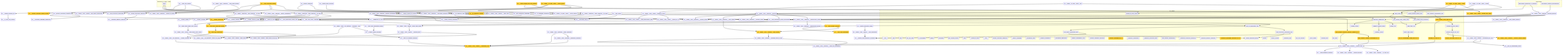
The Mermaid diagram project/flow.png in semcod/redup, before a commit. Its source is kept beside it as project/flow.mmd.
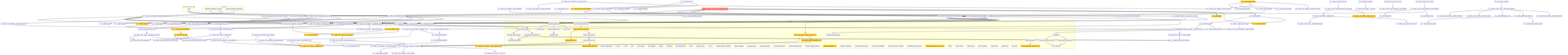
After the commit.

The edit, as a diff of the source:
```diff
@@ -68,12 +68,12 @@
         src___process_sources_batch["_process_sources_batch"]
         src__scan_project_incremental_fast["scan_project_incremental_fast"]
     end
+    benchmark__benchmark_sequential_vs_parallel --> src__redup__core__pipeline__analyze
+    benchmark__benchmark_sequential_vs_parallel --> src__redup__core__pipeline__analyze_parallel
+    benchmark__benchmark_feature_performance --> src__redup__core__pipeline__analyze_parallel
     examples__01_basic_usage__main --> src__redup__core__pipeline__analyze
     examples__01_basic_usage__main --> src__redup__reporters__toon_reporter__to_toon
     examples__01_basic_usage__main --> src__redup__reporters__json_reporter__to_json
-    benchmark__benchmark_sequential_vs_parallel --> src__redup__core__pipeline__analyze
-    benchmark__benchmark_sequential_vs_parallel --> src__redup__core__pipeline__analyze_parallel
-    benchmark__benchmark_feature_performance --> src__redup__core__pipeline__analyze_parallel
     src___get_config_from_pyproject --> src__redup__core__config___load_toml_file
     src___get_config_from_redup_toml --> src__redup__core__config___load_toml_file
     src__redup__core__config__load_config --> src___get_config_from_redup_toml
@@ -99,26 +99,12 @@
     src___extract_blocks_for_file --> src__extract_functions_fast
     src___process_sources_batch --> src___extract_blocks_for_file
     src__scan_project_incremental_fast --> src__scan_project_ultra_fast
-    src__redup__core__scanner___collect_files --> src___load_gitignore_patterns
-    src__redup__core__scanner___collect_files --> src__redup__core__scanner___should_exclude
-    src__redup__core__scanner___collect_files --> src__redup__core__scanner___is_test_file
-    src__redup__core__scanner___preload_files_to_ram --> src__redup__core__scanner___collect_files
-    src__redup__core__scanner___preload_files_to_ram --> src__redup__core__scanner___read_file_optimized
-    src__redup__core__scanner__scan_project --> src__redup__core__scanner___preload_files_to_ram
     src___scan_file_worker --> src___should_process_file
     src___scan_file_worker --> src___extract_function_blocks_python
     src___scan_file_worker --> src__extract_functions_treesitter
     src___should_process_file --> src___is_test_file_cached
     src__scan_project_parallel --> src___find_files_optimized
     src__scan_project_parallel --> src__redup__core__scanner__scan_project
-    src__redup__core__lsh_matcher___create_minhash --> src__redup__core__hasher___normalize_text
-    src___text_to_minhash_features --> src__redup__core__hasher___normalize_text
-    src___create_simple_minhash --> src___text_to_minhash_features
-    src__redup__core__lsh_matcher__LSHIndex__add --> src__redup__core__lsh_matcher___create_minhash
-    src__redup__core__lsh_matcher__LSHIndex__add --> src___create_simple_minhash
-    src__find_near_duplicates --> src__redup__core__lsh_matcher___create_minhash
-    src___find_near_duplicates_simple --> src___create_simple_minhash
-    src__find_near_duplicates --> src__redup__core__lsh_matcher__build_lsh_index
     src__redup__core__matcher__sequence_similarity --> src__redup__core__hasher___normalize_text
     src__redup__core__matcher__fuzzy_similarity --> src__redup__core__hasher___normalize_text
     src__redup__core__matcher__fuzzy_similarity --> src__redup__core__matcher__sequence_similarity
@@ -161,9 +147,14 @@
     src__redup__core__pipeline__analyze_parallel --> src___find_duplicates_phase_optimized
     src__redup__core__pipeline__analyze_parallel --> src__redup__core__pipeline___deduplicate_phase
     src__redup__core__pipeline__analyze_parallel --> src__redup__core__planner__generate_suggestions
-    src__redup__core__cache__hash_block_with_cache --> src__redup__core__hasher__hash_block
-    src__redup__core__cache__hash_block_with_cache --> src__redup__core__hasher__hash_block_structural
-    src__build_hash_index_with_cache --> src__redup__core__cache__hash_block_with_cache
+    src__redup__core__lsh_matcher___create_minhash --> src__redup__core__hasher___normalize_text
+    src___text_to_minhash_features --> src__redup__core__hasher___normalize_text
+    src___create_simple_minhash --> src___text_to_minhash_features
+    src__redup__core__lsh_matcher__LSHIndex__add --> src__redup__core__lsh_matcher___create_minhash
+    src__redup__core__lsh_matcher__LSHIndex__add --> src___create_simple_minhash
+    src__find_near_duplicates --> src__redup__core__lsh_matcher___create_minhash
+    src___find_near_duplicates_simple --> src___create_simple_minhash
+    src__find_near_duplicates --> src__redup__core__lsh_matcher__build_lsh_index
     src__extract_functions_treesitter --> src___get_tree_sitter_language
     src__extract_functions_treesitter --> src___initialize_language_dispatcher
     src__get_supported_languages --> src___get_tree_sitter_language
@@ -174,12 +165,13 @@
     src__redup__core__hasher___hashed_block --> src__redup__core__hasher__hash_block_structural
     src__redup__core__hasher__build_hash_index --> src__redup__core__hasher___hashed_block
     src__redup__core__hasher___find_duplicates --> src___blocks_from_different_locations
+    src__redup__core__cache__hash_block_with_cache --> src__redup__core__hasher__hash_block
+    src__redup__core__cache__hash_block_with_cache --> src__redup__core__hasher__hash_block_structural
+    src__build_hash_index_with_cache --> src__redup__core__cache__hash_block_with_cache
+    src__redup__core__differ__compare_scans --> src__redup__core__differ___load_duplication_map
+    src__redup__core__differ__compare_scans --> src__redup__core__differ___group_by_id
     src__redup__reporters__json_reporter__to_json --> src___group_to_dict
     src__redup__reporters__json_reporter__to_json --> src___suggestion_to_dict
-    src__redup__core__differ__compare_scans --> src__redup__core__differ___load_duplication_map
-    src__redup__core__differ__compare_scans --> src__redup__core__differ___group_by_id
-    src__redup__reporters__yaml_reporter__to_yaml --> src___group_to_dict
-    src__redup__reporters__yaml_reporter__to_yaml --> src___suggestion_to_dict
     src___get_layers --> src___calculate_avg_cc
     src__to_code2llm_toon --> src___calculate_avg_cc
     src__to_code2llm_toon --> src___count_critical_functions
@@ -190,23 +182,44 @@
     src__redup__reporters__toon_reporter__to_toon --> src___render_duplicates
     src__redup__reporters__toon_reporter__to_toon --> src___render_refactor
     src__redup__reporters__toon_reporter__to_toon --> src___render_metrics_target
+    src__redup__reporters__yaml_reporter__to_yaml --> src___group_to_dict
+    src__redup__reporters__yaml_reporter__to_yaml --> src___suggestion_to_dict
+    src__redup__cli_app__output_writer__write_results --> src__redup__reporters__json_reporter__to_json
+    src__redup__cli_app__output_writer__write_results --> src__redup__cli_app__output_writer__write_output
+    src__redup__cli_app__output_writer__write_results --> src__redup__reporters__yaml_reporter__to_yaml
+    src__redup__cli_app__output_writer__write_results --> src__redup__reporters__toon_reporter__to_toon
+    src__redup__cli_app__output_writer__write_results --> src__to_markdown
+    src__redup__cli_app__output_writer__write_results --> src__to_code2llm_context
+    src__redup__cli_app__output_writer__write_results --> src__export_code2llm
+    src__apply_fuzzy_similarity --> src__redup__cli_app__main___apply_fuzzy_similarity
+    src__redup__cli_app__scan_commands__diff_command --> src__redup__core__differ__compare_scans
+    src__redup__cli_app__scan_commands__diff_command --> src__redup__core__differ__format_diff_result
+    src__redup__cli_app__scan_commands__check_command --> src__print_scan_header
+    src__redup__cli_app__scan_commands__check_command --> src__redup__core__pipeline__analyze
+    src__redup__cli_app__scan_commands__check_command --> src__print_scan_summary
+    src__redup__cli_app__scan_commands__config_command --> src__redup__core__config__create_sample_redup_toml
+    src__redup__cli_app__scan_commands__config_command --> src__redup__core__config__load_config
     src__create_hash_function --> src__redup__core__hasher___hash_text
     src__create_duplicate_finder --> src__redup__core__hasher___find_duplicates
-    src___build_config_with_file_support --> src__redup__core__config__load_config
-    src___build_config_with_file_support --> src__redup__core__config__config_to_scan_config
-    src__redup__cli_app__main___write_results --> src__redup__cli_app__main___write_output
-    src__redup__cli_app__main___write_results --> src__redup__reporters__json_reporter__to_json
-    src__redup__cli_app__main___write_results --> src__redup__reporters__yaml_reporter__to_yaml
-    src__redup__cli_app__main___write_results --> src__redup__reporters__toon_reporter__to_toon
-    src__redup__cli_app__main__diff --> src__redup__core__differ__compare_scans
-    src__redup__cli_app__main__diff --> src__redup__core__differ__format_diff_result
-    src__redup__cli_app__main__check --> src__redup__core__config__load_config
-    src__redup__cli_app__main__check --> src__redup__core__config__config_to_scan_config
-    src__redup__cli_app__main__check --> src__redup__core__pipeline__analyze
-    src__redup__cli_app__main__config --> src__redup__core__config__create_sample_redup_toml
-    src__redup__cli_app__main__config --> src__redup__core__config__load_config
+    src__redup__cli_app__main___apply_fuzzy_similarity --> src__redup__cli_app__main___validate_fuzzy_input
+    src__redup__cli_app__main___apply_fuzzy_similarity --> src__redup__cli_app__main___extract_all_blocks
+    src__redup__cli_app__main___apply_fuzzy_similarity --> src___separate_blocks_by_type
+    src__redup__cli_app__main___apply_fuzzy_similarity --> src___analyze_blocks_with_detectors
+    src__redup__cli_app__main___apply_fuzzy_similarity --> src__redup__cli_app__main___report_fuzzy_results
+    src___analyze_blocks_with_detectors --> src___analyze_html_css_blocks
+    src___analyze_blocks_with_detectors --> src___analyze_other_language_blocks
+    src__redup__cli_app__main__diff --> src__redup__cli_app__scan_commands__diff_command
+    src__redup__cli_app__main__check --> src__redup__cli_app__scan_commands__check_command
+    src__redup__cli_app__main__config --> src__redup__cli_app__scan_commands__config_command
+    src__redup__cli_app__main__info --> src__redup__cli_app__scan_commands__info_command
+    src__redup__core__scanner___collect_files --> src___load_gitignore_patterns
+    src__redup__core__scanner___collect_files --> src__redup__core__scanner___should_exclude
+    src__redup__core__scanner___collect_files --> src__redup__core__scanner___is_test_file
+    src__redup__core__scanner___preload_files_to_ram --> src__redup__core__scanner___collect_files
+    src__redup__core__scanner___preload_files_to_ram --> src__redup__core__scanner___read_file_optimized
+    src__redup__core__scanner__scan_project --> src__redup__core__scanner___preload_files_to_ram
 
     classDef highCC fill:#ff6b6b,stroke:#c92a2a,color:#fff
     classDef medCC fill:#ffd43b,stroke:#f08c00,color:#000
-    class src__redup__cli_app__main___apply_fuzzy_similarity highCC
-    class src___extract_metadata,src___compute_metadata_similarity,src__scan_project_memory_optimized,src__scan_project_parallel_memory_optimized,src__preload_to_ram,src___ast_to_normalized_string_fast,src__extract_functions_fast,src__scan_project_ultra_fast,src__redup__core__scanner___extract_blocks_sliding,src___extract_function_blocks_python,src__redup__core__scanner__scan_project,src__scan_project_parallel,src___find_files_optimized,src__find_near_duplicates,src__find_all_near_duplicates,src___find_structural_groups,src___find_near_duplicate_groups,src___normalize_css_value,src___detect_css_component_type,src___compute_similarity,src___compute_attribute_similarity,src__to_markdown,src__redup__core__hasher___normalize_text,src__redup__core__differ__format_diff_result,src__to_code2llm_context,src___render_duplicates,src___get_refactoring_metrics,src___build_config_with_file_support,src__redup__cli_app__main___write_results,src__redup__cli_app__main__check medCC
+    class src__redup__cli_app__output_writer__write_results highCC
+    class src___extract_metadata,src___compute_metadata_similarity,src__scan_project_memory_optimized,src__scan_project_parallel_memory_optimized,src__preload_to_ram,src___ast_to_normalized_string_fast,src__extract_functions_fast,src__scan_project_ultra_fast,src__scan_project_parallel,src___find_files_optimized,src___find_structural_groups,src___find_near_duplicate_groups,src__find_near_duplicates,src__find_all_near_duplicates,src___normalize_css_value,src___detect_css_component_type,src___compute_similarity,src___compute_attribute_similarity,src__redup__core__hasher___normalize_text,src__redup__core__differ__format_diff_result,src__to_markdown,src__to_code2llm_context,src___render_duplicates,src___get_refactoring_metrics,src__redup__core__scanner___extract_blocks_sliding,src___extract_function_blocks_python,src__redup__core__scanner__scan_project medCC
```
